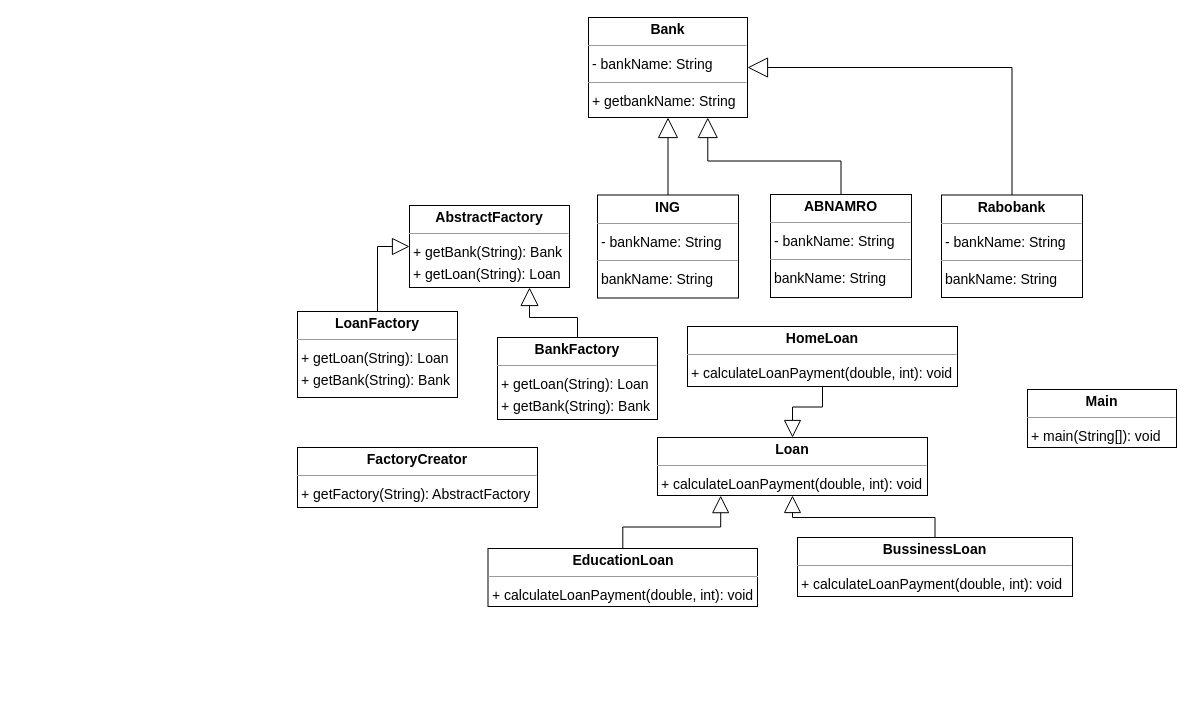
This is LoanCalculate.drawio from Peter-The-Great/Patterns-Opdracht, a draw.io file, before an edit. Source tidied: cells renumbered, new cells numbered last; positions are measured from the earlier drawing's top-left corner, leaving out a move shared by most shapes. Both pictures are drawn from the tidied source at 100%, with x=0, y=0 at pixel (297, 17).
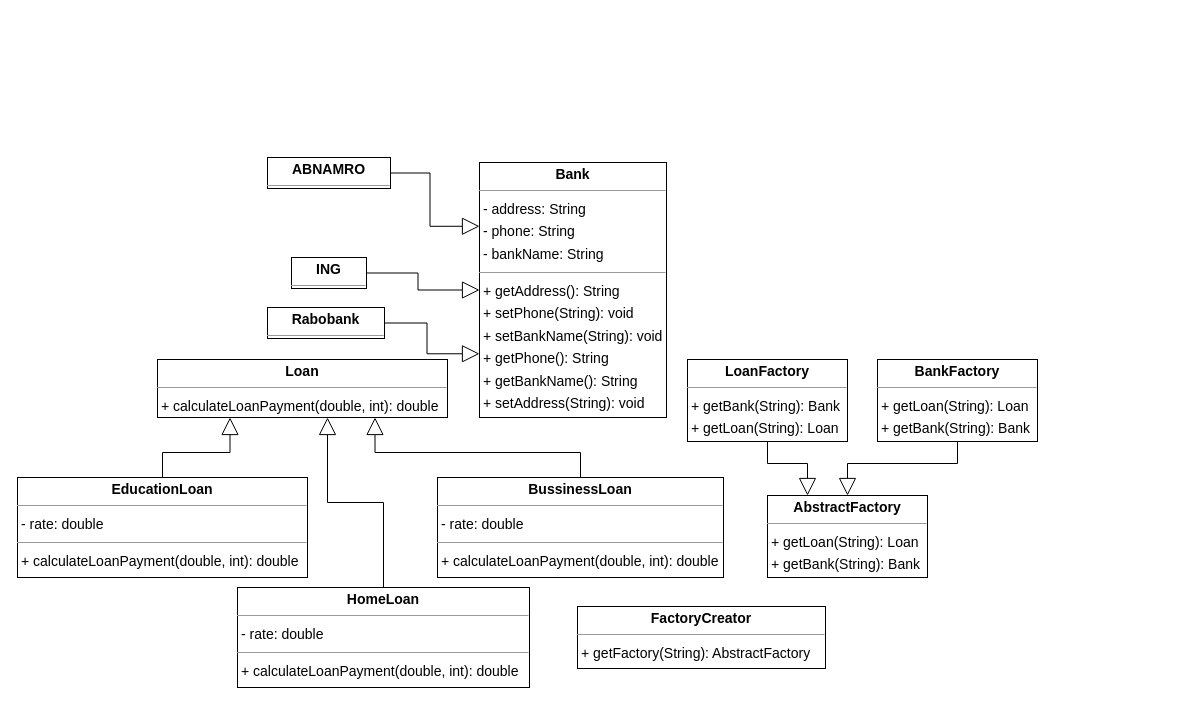
The same diagram, later.

Diff of the diagram source:
```diff
@@
-    <mxCell id="2" value="&lt;p style=&quot;margin:0px;margin-top:4px;text-align:center;&quot;&gt;&lt;b&gt;ABNAMRO&lt;/b&gt;&lt;/p&gt;&lt;hr size=&quot;1&quot;/&gt;&lt;p style=&quot;margin:0 0 0 4px;line-height:1.6;&quot;&gt;- bankName: String&lt;/p&gt;&lt;hr size=&quot;1&quot;/&gt;&lt;p style=&quot;margin:0 0 0 4px;line-height:1.6;&quot;&gt; bankName: String&lt;/p&gt;" style="verticalAlign=top;align=left;overflow=fill;fontSize=14;fontFamily=Helvetica;html=1;rounded=0;shadow=0;comic=0;labelBackgroundColor=none;strokeWidth=1;" parent="1" vertex="1">
-      <mxGeometry x="473" y="177" width="141" height="103" as="geometry" />
-    </mxCell>
-    <mxCell id="3" value="&lt;p style=&quot;margin:0px;margin-top:4px;text-align:center;&quot;&gt;&lt;b&gt;AbstractFactory&lt;/b&gt;&lt;/p&gt;&lt;hr size=&quot;1&quot;/&gt;&lt;p style=&quot;margin:0 0 0 4px;line-height:1.6;&quot;&gt;+ getBank(String): Bank&lt;br/&gt;+ getLoan(String): Loan&lt;/p&gt;" style="verticalAlign=top;align=left;overflow=fill;fontSize=14;fontFamily=Helvetica;html=1;rounded=0;shadow=0;comic=0;labelBackgroundColor=none;strokeWidth=1;" parent="1" vertex="1">
-      <mxGeometry x="112" y="188" width="160" height="82" as="geometry" />
-    </mxCell>
-    <mxCell id="4" value="&lt;p style=&quot;margin:0px;margin-top:4px;text-align:center;&quot;&gt;&lt;b&gt;Bank&lt;/b&gt;&lt;/p&gt;&lt;hr size=&quot;1&quot;&gt;&lt;p style=&quot;margin:0 0 0 4px;line-height:1.6;&quot;&gt;- bankName: String&lt;/p&gt;&lt;hr size=&quot;1&quot;&gt;&lt;p style=&quot;margin:0 0 0 4px;line-height:1.6;&quot;&gt;+ getbankName: String&lt;/p&gt;" style="verticalAlign=top;align=left;overflow=fill;fontSize=14;fontFamily=Helvetica;html=1;rounded=0;shadow=0;comic=0;labelBackgroundColor=none;strokeWidth=1;" parent="1" vertex="1">
-      <mxGeometry x="291" width="159" height="100" as="geometry" />
-    </mxCell>
-    <mxCell id="5" style="edgeStyle=orthogonalEdgeStyle;rounded=0;jettySize=auto;html=1;entryX=0.75;entryY=1;entryDx=0;entryDy=0;endSize=16;endArrow=block;endFill=0;" parent="1" edge="1" source="6" target="3">
-      <mxGeometry relative="1" as="geometry" />
-    </mxCell>
+    <mxCell id="23" style="edgeStyle=orthogonalEdgeStyle;rounded=0;jettySize=auto;html=1;entryX=0;entryY=0.25;entryDx=0;entryDy=0;endSize=15;endArrow=block;endFill=0;" parent="1" edge="1" source="24" target="26">
+      <mxGeometry relative="1" as="geometry" />
+    </mxCell>
+    <mxCell id="24" value="&lt;p style=&quot;margin:0px;margin-top:4px;text-align:center;&quot;&gt;&lt;b&gt;ABNAMRO&lt;/b&gt;&lt;/p&gt;&lt;hr size=&quot;1&quot;/&gt;" style="verticalAlign=top;align=left;overflow=fill;fontSize=14;fontFamily=Helvetica;html=1;rounded=0;shadow=0;comic=0;labelBackgroundColor=none;strokeWidth=1;" parent="1" vertex="1">
+      <mxGeometry x="-30" y="140" width="123" height="31" as="geometry" />
+    </mxCell>
+    <mxCell id="25" value="&lt;p style=&quot;margin:0px;margin-top:4px;text-align:center;&quot;&gt;&lt;b&gt;AbstractFactory&lt;/b&gt;&lt;/p&gt;&lt;hr size=&quot;1&quot;/&gt;&lt;p style=&quot;margin:0 0 0 4px;line-height:1.6;&quot;&gt;+ getLoan(String): Loan&lt;br/&gt;+ getBank(String): Bank&lt;/p&gt;" style="verticalAlign=top;align=left;overflow=fill;fontSize=14;fontFamily=Helvetica;html=1;rounded=0;shadow=0;comic=0;labelBackgroundColor=none;strokeWidth=1;" parent="1" vertex="1">
+      <mxGeometry x="470" y="478" width="160" height="82" as="geometry" />
+    </mxCell>
+    <mxCell id="26" value="&lt;p style=&quot;margin:0px;margin-top:4px;text-align:center;&quot;&gt;&lt;b&gt;Bank&lt;/b&gt;&lt;/p&gt;&lt;hr size=&quot;1&quot;/&gt;&lt;p style=&quot;margin:0 0 0 4px;line-height:1.6;&quot;&gt;- address: String&lt;br/&gt;- phone: String&lt;br/&gt;- bankName: String&lt;/p&gt;&lt;hr size=&quot;1&quot;/&gt;&lt;p style=&quot;margin:0 0 0 4px;line-height:1.6;&quot;&gt;+ getAddress(): String&lt;br/&gt;+ setPhone(String): void&lt;br/&gt;+ setBankName(String): void&lt;br/&gt;+ getPhone(): String&lt;br/&gt;+ getBankName(): String&lt;br/&gt;+ setAddress(String): void&lt;/p&gt;" style="verticalAlign=top;align=left;overflow=fill;fontSize=14;fontFamily=Helvetica;html=1;rounded=0;shadow=0;comic=0;labelBackgroundColor=none;strokeWidth=1;" parent="1" vertex="1">
+      <mxGeometry x="182" y="145" width="187" height="255" as="geometry" />
+    </mxCell>
+    <mxCell id="27" style="edgeStyle=orthogonalEdgeStyle;rounded=0;jettySize=auto;html=1;endSize=15;endArrow=block;endFill=0;" parent="1" edge="1" source="6" target="25">
+      <mxGeometry relative="1" as="geometry" />
+    </mxCell>
     <mxCell id="6" value="&lt;p style=&quot;margin:0px;margin-top:4px;text-align:center;&quot;&gt;&lt;b&gt;BankFactory&lt;/b&gt;&lt;/p&gt;&lt;hr size=&quot;1&quot;/&gt;&lt;p style=&quot;margin:0 0 0 4px;line-height:1.6;&quot;&gt;+ getLoan(String): Loan&lt;br/&gt;+ getBank(String): Bank&lt;/p&gt;" style="verticalAlign=top;align=left;overflow=fill;fontSize=14;fontFamily=Helvetica;html=1;rounded=0;shadow=0;comic=0;labelBackgroundColor=none;strokeWidth=1;" parent="1" vertex="1">
-      <mxGeometry x="200" y="320" width="160" height="82" as="geometry" />
+      <mxGeometry x="580" y="342" width="160" height="82" as="geometry" />
     </mxCell>
-    <mxCell id="7" style="edgeStyle=orthogonalEdgeStyle;rounded=0;jettySize=auto;html=1;endSize=15;endArrow=block;endFill=0;" parent="1" edge="1" source="8" target="16">
-      <mxGeometry relative="1" as="geometry" />
-    </mxCell>
-    <mxCell id="8" value="&lt;p style=&quot;margin:0px;margin-top:4px;text-align:center;&quot;&gt;&lt;b&gt;BussinessLoan&lt;/b&gt;&lt;/p&gt;&lt;hr size=&quot;1&quot;/&gt;&lt;p style=&quot;margin:0 0 0 4px;line-height:1.6;&quot;&gt;+ calculateLoanPayment(double, int): void&lt;/p&gt;" style="verticalAlign=top;align=left;overflow=fill;fontSize=14;fontFamily=Helvetica;html=1;rounded=0;shadow=0;comic=0;labelBackgroundColor=none;strokeWidth=1;" parent="1" vertex="1">
-      <mxGeometry x="500" y="520" width="275" height="59" as="geometry" />
-    </mxCell>
-    <mxCell id="9" style="edgeStyle=orthogonalEdgeStyle;rounded=0;jettySize=auto;html=1;entryX=0.234;entryY=1.002;entryDx=0;entryDy=0;entryPerimeter=0;endSize=15;endArrow=block;endFill=0;" parent="1" edge="1" source="10" target="16">
-      <mxGeometry relative="1" as="geometry" />
-    </mxCell>
-    <mxCell id="10" value="&lt;p style=&quot;margin:0px;margin-top:4px;text-align:center;&quot;&gt;&lt;b&gt;EducationLoan&lt;/b&gt;&lt;/p&gt;&lt;hr size=&quot;1&quot;/&gt;&lt;p style=&quot;margin:0 0 0 4px;line-height:1.6;&quot;&gt;+ calculateLoanPayment(double, int): void&lt;/p&gt;" style="verticalAlign=top;align=left;overflow=fill;fontSize=14;fontFamily=Helvetica;html=1;rounded=0;shadow=0;comic=0;labelBackgroundColor=none;strokeWidth=1;" parent="1" vertex="1">
-      <mxGeometry x="190.5" y="531" width="269.5" height="58" as="geometry" />
-    </mxCell>
+    <mxCell id="28" style="edgeStyle=orthogonalEdgeStyle;rounded=0;jettySize=auto;html=1;entryX=0.75;entryY=1;entryDx=0;entryDy=0;endSize=15;endArrow=block;endFill=0;" parent="1" edge="1" source="29" target="36">
+      <mxGeometry relative="1" as="geometry" />
+    </mxCell>
+    <mxCell id="29" value="&lt;p style=&quot;margin:0px;margin-top:4px;text-align:center;&quot;&gt;&lt;b&gt;BussinessLoan&lt;/b&gt;&lt;/p&gt;&lt;hr size=&quot;1&quot;/&gt;&lt;p style=&quot;margin:0 0 0 4px;line-height:1.6;&quot;&gt;- rate: double&lt;/p&gt;&lt;hr size=&quot;1&quot;/&gt;&lt;p style=&quot;margin:0 0 0 4px;line-height:1.6;&quot;&gt;+ calculateLoanPayment(double, int): double&lt;/p&gt;" style="verticalAlign=top;align=left;overflow=fill;fontSize=14;fontFamily=Helvetica;html=1;rounded=0;shadow=0;comic=0;labelBackgroundColor=none;strokeWidth=1;" parent="1" vertex="1">
+      <mxGeometry x="140" y="460" width="286" height="100" as="geometry" />
+    </mxCell>
+    <mxCell id="30" style="edgeStyle=orthogonalEdgeStyle;rounded=0;jettySize=auto;html=1;entryX=0.25;entryY=1;entryDx=0;entryDy=0;endSize=15;endArrow=block;endFill=0;" parent="1" edge="1" source="31" target="36">
+      <mxGeometry relative="1" as="geometry" />
+    </mxCell>
+    <mxCell id="31" value="&lt;p style=&quot;margin:0px;margin-top:4px;text-align:center;&quot;&gt;&lt;b&gt;EducationLoan&lt;/b&gt;&lt;/p&gt;&lt;hr size=&quot;1&quot;/&gt;&lt;p style=&quot;margin:0 0 0 4px;line-height:1.6;&quot;&gt;- rate: double&lt;/p&gt;&lt;hr size=&quot;1&quot;/&gt;&lt;p style=&quot;margin:0 0 0 4px;line-height:1.6;&quot;&gt;+ calculateLoanPayment(double, int): double&lt;/p&gt;" style="verticalAlign=top;align=left;overflow=fill;fontSize=14;fontFamily=Helvetica;html=1;rounded=0;shadow=0;comic=0;labelBackgroundColor=none;strokeWidth=1;" parent="1" vertex="1">
+      <mxGeometry x="-280" y="460" width="290" height="100" as="geometry" />
+    </mxCell>
     <mxCell id="11" value="&lt;p style=&quot;margin:0px;margin-top:4px;text-align:center;&quot;&gt;&lt;b&gt;FactoryCreator&lt;/b&gt;&lt;/p&gt;&lt;hr size=&quot;1&quot;/&gt;&lt;p style=&quot;margin:0 0 0 4px;line-height:1.6;&quot;&gt;+ getFactory(String): AbstractFactory&lt;/p&gt;" style="verticalAlign=top;align=left;overflow=fill;fontSize=14;fontFamily=Helvetica;html=1;rounded=0;shadow=0;comic=0;labelBackgroundColor=none;strokeWidth=1;" parent="1" vertex="1">
-      <mxGeometry y="430" width="240" height="60" as="geometry" />
+      <mxGeometry x="280" y="589" width="248" height="62" as="geometry" />
     </mxCell>
-    <mxCell id="12" style="edgeStyle=orthogonalEdgeStyle;rounded=0;jettySize=auto;html=1;endSize=15;endArrow=block;endFill=0;" parent="1" edge="1" source="13" target="16">
-      <mxGeometry relative="1" as="geometry" />
-    </mxCell>
-    <mxCell id="13" value="&lt;p style=&quot;margin:0px;margin-top:4px;text-align:center;&quot;&gt;&lt;b&gt;HomeLoan&lt;/b&gt;&lt;/p&gt;&lt;hr size=&quot;1&quot;/&gt;&lt;p style=&quot;margin:0 0 0 4px;line-height:1.6;&quot;&gt;+ calculateLoanPayment(double, int): void&lt;/p&gt;" style="verticalAlign=top;align=left;overflow=fill;fontSize=14;fontFamily=Helvetica;html=1;rounded=0;shadow=0;comic=0;labelBackgroundColor=none;strokeWidth=1;" parent="1" vertex="1">
-      <mxGeometry x="390" y="309" width="270" height="60" as="geometry" />
-    </mxCell>
-    <mxCell id="14" style="edgeStyle=orthogonalEdgeStyle;rounded=0;jettySize=auto;html=1;endArrow=block;endFill=0;endSize=18;" parent="1" edge="1" source="15" target="4">
-      <mxGeometry relative="1" as="geometry" />
-    </mxCell>
-    <mxCell id="15" value="&lt;p style=&quot;margin:0px;margin-top:4px;text-align:center;&quot;&gt;&lt;b&gt;ING&lt;/b&gt;&lt;/p&gt;&lt;hr size=&quot;1&quot;/&gt;&lt;p style=&quot;margin:0 0 0 4px;line-height:1.6;&quot;&gt;- bankName: String&lt;/p&gt;&lt;hr size=&quot;1&quot;/&gt;&lt;p style=&quot;margin:0 0 0 4px;line-height:1.6;&quot;&gt; bankName: String&lt;/p&gt;" style="verticalAlign=top;align=left;overflow=fill;fontSize=14;fontFamily=Helvetica;html=1;rounded=0;shadow=0;comic=0;labelBackgroundColor=none;strokeWidth=1;" parent="1" vertex="1">
-      <mxGeometry x="300" y="177.5" width="141" height="103" as="geometry" />
-    </mxCell>
-    <mxCell id="16" value="&lt;p style=&quot;margin:0px;margin-top:4px;text-align:center;&quot;&gt;&lt;b&gt;Loan&lt;/b&gt;&lt;/p&gt;&lt;hr size=&quot;1&quot;/&gt;&lt;p style=&quot;margin:0 0 0 4px;line-height:1.6;&quot;&gt;+ calculateLoanPayment(double, int): void&lt;/p&gt;" style="verticalAlign=top;align=left;overflow=fill;fontSize=14;fontFamily=Helvetica;html=1;rounded=0;shadow=0;comic=0;labelBackgroundColor=none;strokeWidth=1;" parent="1" vertex="1">
-      <mxGeometry x="360" y="420" width="270" height="58" as="geometry" />
-    </mxCell>
-    <mxCell id="17" style="edgeStyle=orthogonalEdgeStyle;rounded=0;jettySize=auto;html=1;entryX=0;entryY=0.5;entryDx=0;entryDy=0;endSize=15;endArrow=block;endFill=0;" parent="1" edge="1" source="18" target="3">
-      <mxGeometry relative="1" as="geometry" />
-    </mxCell>
-    <mxCell id="18" value="&lt;p style=&quot;margin:0px;margin-top:4px;text-align:center;&quot;&gt;&lt;b&gt;LoanFactory&lt;/b&gt;&lt;/p&gt;&lt;hr size=&quot;1&quot;/&gt;&lt;p style=&quot;margin:0 0 0 4px;line-height:1.6;&quot;&gt;+ getLoan(String): Loan&lt;br/&gt;+ getBank(String): Bank&lt;/p&gt;" style="verticalAlign=top;align=left;overflow=fill;fontSize=14;fontFamily=Helvetica;html=1;rounded=0;shadow=0;comic=0;labelBackgroundColor=none;strokeWidth=1;" parent="1" vertex="1">
-      <mxGeometry y="294" width="160" height="86" as="geometry" />
-    </mxCell>
-    <mxCell id="19" value="&lt;p style=&quot;margin:0px;margin-top:4px;text-align:center;&quot;&gt;&lt;b&gt;Main&lt;/b&gt;&lt;/p&gt;&lt;hr size=&quot;1&quot;/&gt;&lt;p style=&quot;margin:0 0 0 4px;line-height:1.6;&quot;&gt;+ main(String[]): void&lt;/p&gt;" style="verticalAlign=top;align=left;overflow=fill;fontSize=14;fontFamily=Helvetica;html=1;rounded=0;shadow=0;comic=0;labelBackgroundColor=none;strokeWidth=1;" parent="1" vertex="1">
-      <mxGeometry x="730" y="372" width="149" height="58" as="geometry" />
-    </mxCell>
-    <mxCell id="20" value="&lt;p style=&quot;margin:0px;margin-top:4px;text-align:center;&quot;&gt;&lt;b&gt;Rabobank&lt;/b&gt;&lt;/p&gt;&lt;hr size=&quot;1&quot;/&gt;&lt;p style=&quot;margin:0 0 0 4px;line-height:1.6;&quot;&gt;- bankName: String&lt;/p&gt;&lt;hr size=&quot;1&quot;/&gt;&lt;p style=&quot;margin:0 0 0 4px;line-height:1.6;&quot;&gt; bankName: String&lt;/p&gt;" style="verticalAlign=top;align=left;overflow=fill;fontSize=14;fontFamily=Helvetica;html=1;rounded=0;shadow=0;comic=0;labelBackgroundColor=none;strokeWidth=1;" parent="1" vertex="1">
-      <mxGeometry x="644" y="177.5" width="141" height="102.5" as="geometry" />
-    </mxCell>
-    <mxCell id="21" style="edgeStyle=orthogonalEdgeStyle;rounded=0;jettySize=auto;html=1;endArrow=block;endFill=0;endSize=18;exitX=0.5;exitY=0;exitDx=0;exitDy=0;entryX=0.75;entryY=1;entryDx=0;entryDy=0;" parent="1" edge="1" source="2" target="4">
-      <mxGeometry relative="1" as="geometry" />
-    </mxCell>
-    <mxCell id="22" style="edgeStyle=orthogonalEdgeStyle;rounded=0;jettySize=auto;html=1;endArrow=block;endFill=0;endSize=18;exitX=0.5;exitY=0;exitDx=0;exitDy=0;entryX=1;entryY=0.5;entryDx=0;entryDy=0;" parent="1" edge="1" source="20" target="4">
-      <mxGeometry relative="1" as="geometry" />
-    </mxCell>
+    <mxCell id="32" style="edgeStyle=orthogonalEdgeStyle;rounded=0;jettySize=auto;html=1;endSize=15;endArrow=block;endFill=0;" parent="1" edge="1" source="33" target="36">
+      <mxGeometry relative="1" as="geometry">
+        <Array as="points">
+          <mxPoint x="86" y="485" />
+          <mxPoint x="30" y="485" />
+        </Array>
+      </mxGeometry>
+    </mxCell>
+    <mxCell id="33" value="&lt;p style=&quot;margin:0px;margin-top:4px;text-align:center;&quot;&gt;&lt;b&gt;HomeLoan&lt;/b&gt;&lt;/p&gt;&lt;hr size=&quot;1&quot;/&gt;&lt;p style=&quot;margin:0 0 0 4px;line-height:1.6;&quot;&gt;- rate: double&lt;/p&gt;&lt;hr size=&quot;1&quot;/&gt;&lt;p style=&quot;margin:0 0 0 4px;line-height:1.6;&quot;&gt;+ calculateLoanPayment(double, int): double&lt;/p&gt;" style="verticalAlign=top;align=left;overflow=fill;fontSize=14;fontFamily=Helvetica;html=1;rounded=0;shadow=0;comic=0;labelBackgroundColor=none;strokeWidth=1;" parent="1" vertex="1">
+      <mxGeometry x="-60" y="570" width="292" height="100" as="geometry" />
+    </mxCell>
+    <mxCell id="34" style="edgeStyle=orthogonalEdgeStyle;rounded=0;jettySize=auto;html=1;entryX=0;entryY=0.5;entryDx=0;entryDy=0;endSize=15;endArrow=block;endFill=0;" parent="1" edge="1" source="35" target="26">
+      <mxGeometry relative="1" as="geometry" />
+    </mxCell>
+    <mxCell id="35" value="&lt;p style=&quot;margin:0px;margin-top:4px;text-align:center;&quot;&gt;&lt;b&gt;ING&lt;/b&gt;&lt;/p&gt;&lt;hr size=&quot;1&quot;/&gt;" style="verticalAlign=top;align=left;overflow=fill;fontSize=14;fontFamily=Helvetica;html=1;rounded=0;shadow=0;comic=0;labelBackgroundColor=none;strokeWidth=1;" parent="1" vertex="1">
+      <mxGeometry x="-6" y="240" width="75" height="31" as="geometry" />
+    </mxCell>
+    <mxCell id="36" value="&lt;p style=&quot;margin:0px;margin-top:4px;text-align:center;&quot;&gt;&lt;b&gt;Loan&lt;/b&gt;&lt;/p&gt;&lt;hr size=&quot;1&quot;/&gt;&lt;p style=&quot;margin:0 0 0 4px;line-height:1.6;&quot;&gt;+ calculateLoanPayment(double, int): double&lt;/p&gt;" style="verticalAlign=top;align=left;overflow=fill;fontSize=14;fontFamily=Helvetica;html=1;rounded=0;shadow=0;comic=0;labelBackgroundColor=none;strokeWidth=1;" parent="1" vertex="1">
+      <mxGeometry x="-140" y="342" width="290" height="58" as="geometry" />
+    </mxCell>
+    <mxCell id="37" style="edgeStyle=orthogonalEdgeStyle;rounded=0;jettySize=auto;html=1;entryX=0.25;entryY=0;entryDx=0;entryDy=0;endSize=15;endArrow=block;endFill=0;" parent="1" edge="1" source="38" target="25">
+      <mxGeometry relative="1" as="geometry" />
+    </mxCell>
+    <mxCell id="38" value="&lt;p style=&quot;margin:0px;margin-top:4px;text-align:center;&quot;&gt;&lt;b&gt;LoanFactory&lt;/b&gt;&lt;/p&gt;&lt;hr size=&quot;1&quot;/&gt;&lt;p style=&quot;margin:0 0 0 4px;line-height:1.6;&quot;&gt;+ getBank(String): Bank&lt;br/&gt;+ getLoan(String): Loan&lt;/p&gt;" style="verticalAlign=top;align=left;overflow=fill;fontSize=14;fontFamily=Helvetica;html=1;rounded=0;shadow=0;comic=0;labelBackgroundColor=none;strokeWidth=1;" parent="1" vertex="1">
+      <mxGeometry x="390" y="342" width="160" height="82" as="geometry" />
+    </mxCell>
+    <mxCell id="39" style="edgeStyle=orthogonalEdgeStyle;rounded=0;jettySize=auto;html=1;entryX=0;entryY=0.75;entryDx=0;entryDy=0;endSize=15;endArrow=block;endFill=0;" parent="1" edge="1" source="40" target="26">
+      <mxGeometry relative="1" as="geometry" />
+    </mxCell>
+    <mxCell id="40" value="&lt;p style=&quot;margin:0px;margin-top:4px;text-align:center;&quot;&gt;&lt;b&gt;Rabobank&lt;/b&gt;&lt;/p&gt;&lt;hr size=&quot;1&quot;/&gt;" style="verticalAlign=top;align=left;overflow=fill;fontSize=14;fontFamily=Helvetica;html=1;rounded=0;shadow=0;comic=0;labelBackgroundColor=none;strokeWidth=1;" parent="1" vertex="1">
+      <mxGeometry x="-30" y="290" width="117" height="31" as="geometry" />
+    </mxCell>
```
